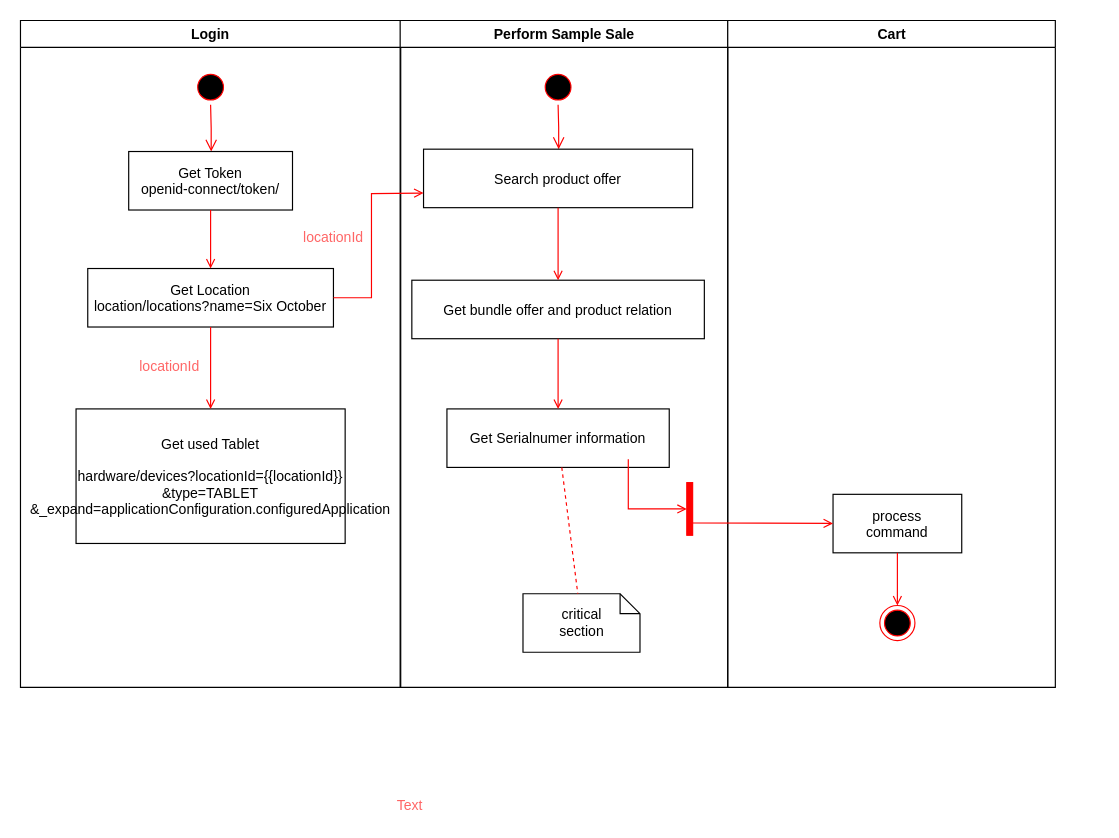
The draw.io diagram Untitled Diagram.drawio in osamahassan245/strutproject, before the edit. Source tidied: cells renumbered, new cells numbered last; positions are measured from the earlier drawing's top-left corner, leaving out a move shared by most shapes. Both pictures are drawn from the tidied source at 117%, with x=0, y=0 at pixel (20, 20).
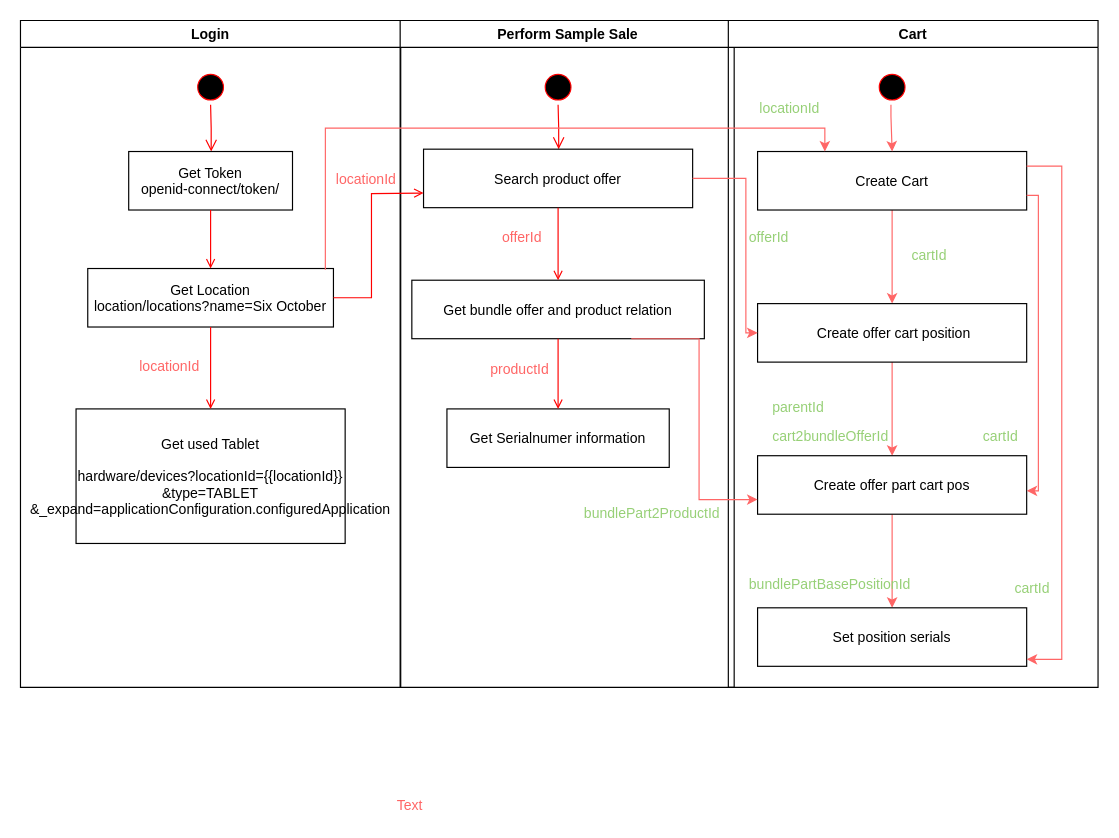
The same page after the edit.

Unchanged cells that the change refers to:
```xml
<mxCell id="2" value="Login" style="swimlane;whiteSpace=wrap;startSize=23;" parent="1" vertex="1">
  <mxGeometry width="325" height="570" as="geometry" />
</mxCell>
<mxCell id="6" value="Get Location&#10;location/locations?name=Six October" parent="2" vertex="1">
  <mxGeometry x="57.5" y="212" width="210" height="50" as="geometry" />
</mxCell>
<mxCell id="15" value="Search product offer" parent="12" vertex="1">
  <mxGeometry x="20" y="110" width="230" height="50" as="geometry" />
</mxCell>
<mxCell id="16" value="Get bundle offer and product relation" parent="12" vertex="1">
  <mxGeometry x="10" y="222" width="250" height="50" as="geometry" />
</mxCell>
<mxCell id="18" value="Get Serialnumer information" parent="12" vertex="1">
  <mxGeometry x="40" y="332" width="190" height="50" as="geometry" />
</mxCell>
```

The edit, as a diff of the source:
```diff
@@
     <mxCell id="11" value="locationId" style="text;html=1;fontColor=#FF6666;" parent="2" vertex="1">
-      <mxGeometry x="240" y="172" width="55" height="30" as="geometry" />
+      <mxGeometry x="267.5" y="122" width="55" height="30" as="geometry" />
     </mxCell>
     <mxCell id="12" value="Perform Sample Sale" style="swimlane;whiteSpace=wrap;" parent="1" vertex="1">
-      <mxGeometry x="324.5" width="280" height="570" as="geometry" />
+      <mxGeometry x="324.5" width="285.5" height="570" as="geometry" />
     </mxCell>
@@
-    <mxCell id="21" value="critical&#10;section" style="shape=note;whiteSpace=wrap;size=17;" parent="12" vertex="1">
-      <mxGeometry x="105" y="490" width="100" height="50" as="geometry" />
-    </mxCell>
-    <mxCell id="22" style="endArrow=none;strokeColor=#FF0000;endFill=0;rounded=0;dashed=1;" parent="12" edge="1" source="18" target="21">
-      <mxGeometry relative="1" as="geometry" />
-    </mxCell>
-    <mxCell id="23" style="whiteSpace=wrap;strokeColor=#FF0000;fillColor=#FF0000;" parent="12" vertex="1">
-      <mxGeometry x="245" y="395" width="5" height="45" as="geometry" />
-    </mxCell>
-    <mxCell id="24" style="edgeStyle=elbowEdgeStyle;elbow=horizontal;entryX=0;entryY=0.5;strokeColor=#FF0000;endArrow=open;endFill=1;rounded=0;" parent="12" edge="1" target="23">
-      <mxGeometry relative="1" as="geometry">
-        <mxPoint x="195" y="375" as="sourcePoint" />
-        <Array as="points">
-          <mxPoint x="195" y="400" />
-        </Array>
-      </mxGeometry>
-    </mxCell>
+    <mxCell id="32" value="offerId" style="text;html=1;fontColor=#FF6666;" parent="12" vertex="1">
+      <mxGeometry x="85.5" y="172" width="45" height="30" as="geometry" />
+    </mxCell>
+    <mxCell id="33" value="productId" style="text;html=1;fontColor=#FF6666;" parent="12" vertex="1">
+      <mxGeometry x="75" y="285" width="45" height="30" as="geometry" />
+    </mxCell>
+    <mxCell id="34" value="bundlePart2ProductId" style="text;html=1;align=left;verticalAlign=top;spacingTop=-4;fontColor=#97D077;" parent="12" vertex="1">
+      <mxGeometry x="155.5" y="412" width="130" height="20" as="geometry" />
+    </mxCell>
     <mxCell id="25" value="Cart" style="swimlane;whiteSpace=wrap;" parent="1" vertex="1">
-      <mxGeometry x="604.5" width="280" height="570" as="geometry" />
+      <mxGeometry x="605" width="316" height="570" as="geometry" />
     </mxCell>
-    <mxCell id="26" value="process&#10;command" parent="25" vertex="1">
-      <mxGeometry x="90" y="405" width="110" height="50" as="geometry" />
-    </mxCell>
-    <mxCell id="27" style="edgeStyle=none;strokeColor=#FF0000;endArrow=open;endFill=1;rounded=0;" parent="25" edge="1" target="26">
-      <mxGeometry relative="1" as="geometry">
-        <mxPoint x="-30" y="429.5" as="sourcePoint" />
-      </mxGeometry>
-    </mxCell>
-    <mxCell id="28" style="ellipse;shape=endState;fillColor=#000000;strokeColor=#ff0000;" parent="25" vertex="1">
-      <mxGeometry x="130" y="500" width="30" height="30" as="geometry" />
-    </mxCell>
-    <mxCell id="29" style="endArrow=open;strokeColor=#FF0000;endFill=1;rounded=0;" parent="25" edge="1" source="26" target="28">
-      <mxGeometry relative="1" as="geometry" />
-    </mxCell>
+    <mxCell id="35" style="ellipse;shape=startState;fillColor=#000000;strokeColor=#ff0000;" parent="25" vertex="1">
+      <mxGeometry x="125" y="42" width="30" height="30" as="geometry" />
+    </mxCell>
+    <mxCell id="36" style="edgeStyle=orthogonalEdgeStyle;rounded=0;jettySize=auto;html=1;strokeColor=#FF6666;fontColor=#FF6666;" parent="25" edge="1" source="37" target="39">
+      <mxGeometry relative="1" as="geometry" />
+    </mxCell>
+    <mxCell id="37" value="Create Cart" parent="25" vertex="1">
+      <mxGeometry x="25" y="112" width="230" height="50" as="geometry" />
+    </mxCell>
+    <mxCell id="38" style="edgeStyle=orthogonalEdgeStyle;rounded=0;jettySize=auto;html=1;strokeColor=#FF6666;fontColor=#FF6666;" parent="25" edge="1" source="39" target="41">
+      <mxGeometry relative="1" as="geometry" />
+    </mxCell>
+    <mxCell id="39" value=" Create offer cart position" parent="25" vertex="1">
+      <mxGeometry x="25" y="242" width="230" height="50" as="geometry" />
+    </mxCell>
+    <mxCell id="40" style="edgeStyle=orthogonalEdgeStyle;rounded=0;jettySize=auto;html=1;strokeColor=#FF6666;fontColor=#FF6666;" parent="25" edge="1" source="41" target="42">
+      <mxGeometry relative="1" as="geometry" />
+    </mxCell>
+    <mxCell id="41" value="Create offer part cart pos" parent="25" vertex="1">
+      <mxGeometry x="25" y="372" width="230" height="50" as="geometry" />
+    </mxCell>
+    <mxCell id="42" value="Set position serials" parent="25" vertex="1">
+      <mxGeometry x="25" y="502" width="230" height="50" as="geometry" />
+    </mxCell>
+    <mxCell id="43" value="&lt;font color=&quot;#97d077&quot;&gt;locationId&lt;/font&gt;" style="text;html=1;fontColor=#FF6666;" parent="25" vertex="1">
+      <mxGeometry x="25" y="62" width="55" height="30" as="geometry" />
+    </mxCell>
+    <mxCell id="44" value="&lt;font color=&quot;#97d077&quot;&gt;cartId&lt;/font&gt;" style="text;html=1;fontColor=#FF6666;" parent="25" vertex="1">
+      <mxGeometry x="155" y="187" width="55" height="30" as="geometry" />
+    </mxCell>
+    <mxCell id="45" value="&lt;font color=&quot;#97d077&quot;&gt;offerId&lt;/font&gt;" style="text;html=1;fontColor=#FF6666;" parent="25" vertex="1">
+      <mxGeometry x="15.5" y="172" width="55" height="30" as="geometry" />
+    </mxCell>
+    <mxCell id="46" value="&lt;font color=&quot;#97d077&quot;&gt;cart2bundleOfferId&lt;/font&gt;" style="text;html=1;fontColor=#FF6666;" parent="25" vertex="1">
+      <mxGeometry x="35.5" y="342" width="55" height="30" as="geometry" />
+    </mxCell>
+    <mxCell id="47" value="&lt;font color=&quot;#97d077&quot;&gt;cartId&lt;/font&gt;" style="text;html=1;fontColor=#FF6666;" parent="25" vertex="1">
+      <mxGeometry x="215.5" y="342" width="55" height="30" as="geometry" />
+    </mxCell>
+    <mxCell id="48" value="&lt;font color=&quot;#97d077&quot;&gt;parentId&lt;/font&gt;" style="text;html=1;fontColor=#FF6666;" parent="25" vertex="1">
+      <mxGeometry x="35.5" y="317" width="55" height="30" as="geometry" />
+    </mxCell>
+    <mxCell id="49" value="bundlePartBasePositionId" style="text;html=1;align=left;verticalAlign=top;spacingTop=-4;fontColor=#97D077;" parent="25" vertex="1">
+      <mxGeometry x="15.5" y="472" width="150" height="20" as="geometry" />
+    </mxCell>
+    <mxCell id="50" style="edgeStyle=orthogonalEdgeStyle;rounded=0;jettySize=auto;html=1;exitX=1;exitY=0.25;exitDx=0;exitDy=0;strokeColor=#FF6666;fontColor=#97D077;" parent="25" edge="1" source="37" target="42">
+      <mxGeometry relative="1" as="geometry">
+        <Array as="points">
+          <mxPoint x="285" y="125" />
+          <mxPoint x="285" y="546" />
+        </Array>
+      </mxGeometry>
+    </mxCell>
+    <mxCell id="51" value="&lt;font color=&quot;#97d077&quot;&gt;cartId&lt;/font&gt;" style="text;html=1;fontColor=#FF6666;" parent="25" vertex="1">
+      <mxGeometry x="243" y="472" width="55" height="30" as="geometry" />
+    </mxCell>
@@
+    <mxCell id="52" style="edgeStyle=orthogonalEdgeStyle;rounded=0;jettySize=auto;html=1;fontColor=#FF6666;strokeColor=#FF6666;" parent="1" edge="1" source="35">
+      <mxGeometry relative="1" as="geometry">
+        <mxPoint x="745" y="112" as="targetPoint" />
+        <Array as="points">
+          <mxPoint x="744" y="82" />
+          <mxPoint x="744" y="82" />
+        </Array>
+      </mxGeometry>
+    </mxCell>
+    <mxCell id="53" style="edgeStyle=orthogonalEdgeStyle;rounded=0;jettySize=auto;html=1;exitX=0.967;exitY=0.02;exitDx=0;exitDy=0;entryX=0.25;entryY=0;entryDx=0;entryDy=0;strokeColor=#FF6666;fontColor=#FF6666;exitPerimeter=0;" parent="1" edge="1" source="6" target="37">
+      <mxGeometry relative="1" as="geometry" />
+    </mxCell>
+    <mxCell id="54" style="edgeStyle=orthogonalEdgeStyle;rounded=0;jettySize=auto;html=1;strokeColor=#FF6666;fontColor=#FF6666;entryX=0;entryY=0.5;entryDx=0;entryDy=0;" parent="1" edge="1" source="15" target="39">
+      <mxGeometry relative="1" as="geometry">
+        <Array as="points">
+          <mxPoint x="620" y="135" />
+          <mxPoint x="620" y="267" />
+        </Array>
+      </mxGeometry>
+    </mxCell>
+    <mxCell id="55" style="edgeStyle=orthogonalEdgeStyle;rounded=0;jettySize=auto;html=1;exitX=1;exitY=0.75;exitDx=0;exitDy=0;strokeColor=#FF6666;fontColor=#FF6666;" parent="1" edge="1" source="37">
+      <mxGeometry relative="1" as="geometry">
+        <mxPoint x="860" y="402" as="targetPoint" />
+        <Array as="points">
+          <mxPoint x="870" y="150" />
+          <mxPoint x="870" y="402" />
+        </Array>
+      </mxGeometry>
+    </mxCell>
+    <mxCell id="56" style="edgeStyle=orthogonalEdgeStyle;rounded=0;jettySize=auto;html=1;exitX=0.75;exitY=1;exitDx=0;exitDy=0;entryX=0;entryY=0.75;entryDx=0;entryDy=0;strokeColor=#FF6666;fontColor=#FF6666;" parent="1" edge="1" source="16" target="41">
+      <mxGeometry relative="1" as="geometry">
+        <Array as="points">
+          <mxPoint x="580" y="272" />
+          <mxPoint x="580" y="410" />
+        </Array>
+      </mxGeometry>
+    </mxCell>
```
